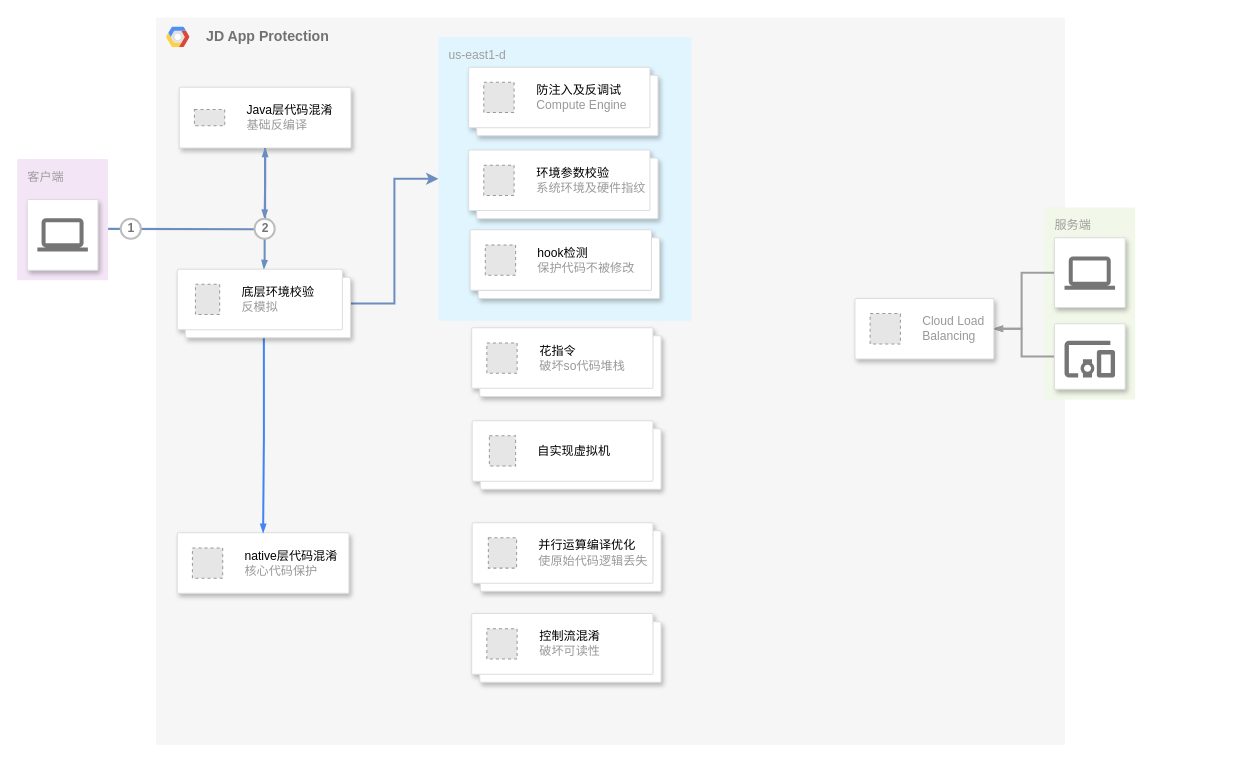
Earlier version of the draw.io diagram Untitled Diagram.drawio (dream2333/MindCharts). Source tidied: cells renumbered, new cells numbered last; positions are measured from the earlier drawing's top-left corner, leaving out a move shared by most shapes. Both pictures are drawn from the tidied source at 101%, with x=0, y=0 at pixel (16, 17). Pictures stored in the file or linked from it are replaced by grey dashed boxes.
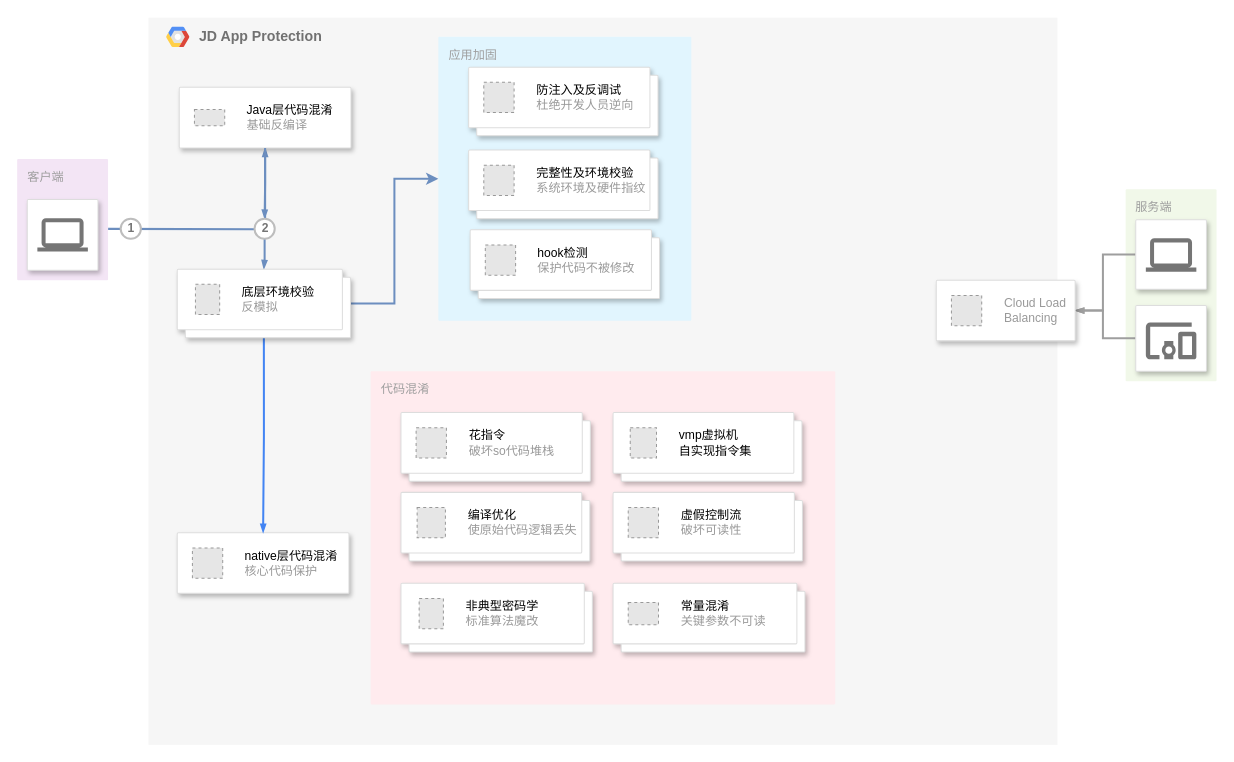
The same diagram, later.

The change refers to these unchanged cells:
```xml
<mxCell id="9" style="shape=mxgraph.gcp2.doubleRect;strokeColor=#dddddd;shadow=1;strokeWidth=1;rounded=1;absoluteArcSize=1;arcSize=2;" parent="1" vertex="1">
  <mxGeometry x="447.5" y="49" width="187.5" height="68" as="geometry" />
</mxCell>
<mxCell id="36" style="shape=mxgraph.gcp2.doubleRect;strokeColor=#dddddd;shadow=1;strokeWidth=1;rounded=1;absoluteArcSize=1;arcSize=2;" parent="1" vertex="1">
  <mxGeometry x="447.5" y="131" width="187.5" height="68" as="geometry" />
</mxCell>
```

What changed in the source:
```diff
@@
     <mxCell id="2" value="&lt;b&gt;JD App Protection&lt;/b&gt;" style="fillColor=#F6F6F6;strokeColor=none;shadow=0;gradientColor=none;fontSize=14;align=left;spacing=10;fontColor=#717171;9E9E9E;verticalAlign=top;spacingTop=-4;fontStyle=0;spacingLeft=40;html=1;" parent="1" vertex="1">
-      <mxGeometry x="138" width="900" height="720" as="geometry" />
+      <mxGeometry x="130.5" width="900" height="720" as="geometry" />
     </mxCell>
+    <mxCell id="44" value="代码混淆" style="sketch=0;rounded=1;absoluteArcSize=1;arcSize=2;html=1;strokeColor=none;gradientColor=none;shadow=0;dashed=0;fontSize=12;fontColor=#9E9E9E;align=left;verticalAlign=top;spacing=10;spacingTop=-4;whiteSpace=wrap;fillColor=#FFEBEE;" parent="1" vertex="1">
+      <mxGeometry x="350.5" y="350" width="460" height="330" as="geometry" />
+    </mxCell>
-    <mxCell id="3" value="us-east1-d" style="rounded=1;absoluteArcSize=1;arcSize=2;html=1;strokeColor=none;gradientColor=none;shadow=0;dashed=0;strokeColor=none;fontSize=12;fontColor=#9E9E9E;align=left;verticalAlign=top;spacing=10;spacingTop=-4;fillColor=#E1F5FE;" parent="1" vertex="1">
+    <mxCell id="3" value="应用加固" style="rounded=1;absoluteArcSize=1;arcSize=2;html=1;strokeColor=none;gradientColor=none;shadow=0;dashed=0;strokeColor=none;fontSize=12;fontColor=#9E9E9E;align=left;verticalAlign=top;spacing=10;spacingTop=-4;fillColor=#E1F5FE;" parent="1" vertex="1">
       <mxGeometry x="417.5" y="19" width="250.5" height="281" as="geometry" />
     </mxCell>
@@
-    <mxCell id="10" value="&lt;font color=&quot;#000000&quot;&gt;防注入及反调试&lt;/font&gt;&lt;br&gt;Compute Engine" style="fillColor=#E6E6E6;strokeColor=#999999;dashed=1;html=1;fontColor=#999999;verticalLabelPosition=middle;verticalAlign=middle;labelPosition=right;align=left;spacingLeft=20;" parent="9" vertex="1">
+    <mxCell id="10" value="&lt;font color=&quot;#000000&quot;&gt;防注入及反调试&lt;/font&gt;&lt;br&gt;杜绝开发人员逆向" style="fillColor=#E6E6E6;strokeColor=#999999;dashed=1;html=1;fontColor=#999999;verticalLabelPosition=middle;verticalAlign=middle;labelPosition=right;align=left;spacingLeft=20;" parent="9" vertex="1">
       <mxGeometry width="30" height="30" relative="1" as="geometry">
         <mxPoint x="15" y="15" as="offset" />
       </mxGeometry>
     </mxCell>
     <mxCell id="11" style="shape=mxgraph.gcp2.doubleRect;strokeColor=#dddddd;shadow=1;strokeWidth=1;rounded=1;absoluteArcSize=1;arcSize=2;" parent="1" vertex="1">
-      <mxGeometry x="450.5" y="307" width="187.5" height="68" as="geometry" />
+      <mxGeometry x="380.5" y="391" width="187.5" height="68" as="geometry" />
     </mxCell>
@@
     <mxCell id="20" value="服务端" style="rounded=1;absoluteArcSize=1;arcSize=2;html=1;strokeColor=none;gradientColor=none;shadow=0;dashed=0;strokeColor=none;fontSize=12;fontColor=#9E9E9E;align=left;verticalAlign=top;spacing=10;spacingTop=-4;fillColor=#F1F8E9;" parent="1" vertex="1">
-      <mxGeometry x="1017.5" y="188" width="90" height="190" as="geometry" />
+      <mxGeometry x="1098" y="170" width="90" height="190" as="geometry" />
     </mxCell>
     <mxCell id="21" style="edgeStyle=orthogonalEdgeStyle;rounded=0;html=1;labelBackgroundColor=none;startFill=1;startSize=4;endArrow=blockThin;endFill=1;endSize=4;jettySize=auto;strokeColor=#9E9E9E;strokeWidth=2;fontSize=12;fontColor=#000000;align=center;dashed=0;" parent="1" edge="1" source="22" target="29">
       <mxGeometry relative="1" as="geometry">
         <Array as="points">
-          <mxPoint x="995" y="253" />
-          <mxPoint x="995" y="308" />
+          <mxPoint x="1075.5" y="235" />
+          <mxPoint x="1075.5" y="290" />
         </Array>
       </mxGeometry>
     </mxCell>
     <mxCell id="22" style="strokeColor=#dddddd;fillColor=#ffffff;shadow=1;strokeWidth=1;rounded=1;absoluteArcSize=1;arcSize=2;labelPosition=center;verticalLabelPosition=middle;align=center;verticalAlign=bottom;spacingLeft=0;fontColor=#999999;fontSize=12;whiteSpace=wrap;spacingBottom=2;html=1;" parent="1" vertex="1">
-      <mxGeometry x="1027.5" y="218" width="70" height="69" as="geometry" />
+      <mxGeometry x="1108" y="200" width="70" height="69" as="geometry" />
     </mxCell>
@@
     <mxCell id="24" style="edgeStyle=orthogonalEdgeStyle;rounded=0;html=1;labelBackgroundColor=none;startFill=1;startSize=4;endArrow=blockThin;endFill=1;endSize=4;jettySize=auto;strokeColor=#9E9E9E;strokeWidth=2;fontSize=12;fontColor=#000000;align=center;dashed=0;" parent="1" edge="1" source="25" target="29">
       <mxGeometry relative="1" as="geometry">
         <Array as="points">
-          <mxPoint x="995" y="335" />
-          <mxPoint x="995" y="308" />
+          <mxPoint x="1075.5" y="317" />
+          <mxPoint x="1075.5" y="290" />
         </Array>
       </mxGeometry>
     </mxCell>
     <mxCell id="25" style="strokeColor=#dddddd;fillColor=#ffffff;shadow=1;strokeWidth=1;rounded=1;absoluteArcSize=1;arcSize=2;labelPosition=center;verticalLabelPosition=middle;align=center;verticalAlign=bottom;spacingLeft=0;fontColor=#999999;fontSize=12;whiteSpace=wrap;spacingBottom=2;html=1;" parent="1" vertex="1">
-      <mxGeometry x="1027.5" y="303" width="70" height="65" as="geometry" />
+      <mxGeometry x="1108" y="285" width="70" height="65" as="geometry" />
     </mxCell>
@@
     <mxCell id="27" style="shape=mxgraph.gcp2.doubleRect;strokeColor=#dddddd;shadow=1;strokeWidth=1;rounded=1;absoluteArcSize=1;arcSize=2;" parent="1" vertex="1">
-      <mxGeometry x="450.5" y="590" width="187.5" height="68" as="geometry" />
+      <mxGeometry x="590.5" y="470" width="187.5" height="68" as="geometry" />
     </mxCell>
-    <mxCell id="28" value="&lt;font color=&quot;#000000&quot;&gt;控制流混淆&lt;/font&gt;&lt;br&gt;破坏可读性" style="fillColor=#E6E6E6;strokeColor=#999999;dashed=1;html=1;fontColor=#999999;verticalLabelPosition=middle;verticalAlign=middle;labelPosition=right;align=left;spacingLeft=20;" parent="27" vertex="1">
+    <mxCell id="28" value="&lt;font color=&quot;#000000&quot;&gt;虚假控制流&lt;/font&gt;&lt;br&gt;破坏可读性" style="fillColor=#E6E6E6;strokeColor=#999999;dashed=1;html=1;fontColor=#999999;verticalLabelPosition=middle;verticalAlign=middle;labelPosition=right;align=left;spacingLeft=20;" parent="27" vertex="1">
       <mxGeometry width="30" height="30" relative="1" as="geometry">
         <mxPoint x="15" y="15" as="offset" />
       </mxGeometry>
     </mxCell>
     <mxCell id="29" style="strokeColor=#dddddd;shadow=1;strokeWidth=1;rounded=1;absoluteArcSize=1;arcSize=2;" parent="1" vertex="1">
-      <mxGeometry x="830" y="278" width="137.5" height="60" as="geometry" />
+      <mxGeometry x="910.5" y="260" width="137.5" height="60" as="geometry" />
     </mxCell>
@@
-    <mxCell id="37" value="&lt;font color=&quot;#000000&quot;&gt;环境参数校验&lt;/font&gt;&lt;br&gt;系统环境及硬件指纹" style="fillColor=#E6E6E6;strokeColor=#999999;dashed=1;html=1;fontColor=#999999;verticalLabelPosition=middle;verticalAlign=middle;labelPosition=right;align=left;spacingLeft=20;" parent="36" vertex="1">
+    <mxCell id="37" value="&lt;font color=&quot;#000000&quot;&gt;完整性及环境校验&lt;/font&gt;&lt;br&gt;系统环境及硬件指纹" style="fillColor=#E6E6E6;strokeColor=#999999;dashed=1;html=1;fontColor=#999999;verticalLabelPosition=middle;verticalAlign=middle;labelPosition=right;align=left;spacingLeft=20;" parent="36" vertex="1">
       <mxGeometry width="30" height="30" relative="1" as="geometry">
         <mxPoint x="15" y="15" as="offset" />
       </mxGeometry>
     </mxCell>
@@
     <mxCell id="40" style="shape=mxgraph.gcp2.doubleRect;strokeColor=#dddddd;shadow=1;strokeWidth=1;rounded=1;absoluteArcSize=1;arcSize=2;" parent="1" vertex="1">
-      <mxGeometry x="451" y="399" width="187" height="68" as="geometry" />
+      <mxGeometry x="590.5" y="391" width="187" height="68" as="geometry" />
     </mxCell>
-    <mxCell id="41" value="&lt;font color=&quot;#000000&quot;&gt;自实现虚拟机&lt;/font&gt;" style="fillColor=#E6E6E6;strokeColor=#999999;dashed=1;html=1;fontColor=#999999;verticalLabelPosition=middle;verticalAlign=middle;labelPosition=right;align=left;spacingLeft=20;" parent="40" vertex="1">
+    <mxCell id="41" value="&lt;font color=&quot;#000000&quot;&gt;vmp虚拟机&lt;/font&gt;&lt;div&gt;&lt;font color=&quot;#000000&quot;&gt;自实现指令集&lt;/font&gt;&lt;/div&gt;" style="fillColor=#E6E6E6;strokeColor=#999999;dashed=1;html=1;fontColor=#999999;verticalLabelPosition=middle;verticalAlign=middle;labelPosition=right;align=left;spacingLeft=20;" parent="40" vertex="1">
       <mxGeometry width="26" height="30" relative="1" as="geometry">
         <mxPoint x="17" y="15" as="offset" />
       </mxGeometry>
     </mxCell>
     <mxCell id="42" style="shape=mxgraph.gcp2.doubleRect;strokeColor=#dddddd;shadow=1;strokeWidth=1;rounded=1;absoluteArcSize=1;arcSize=2;" parent="1" vertex="1">
-      <mxGeometry x="451" y="500" width="187" height="68" as="geometry" />
+      <mxGeometry x="380.5" y="470" width="187" height="68" as="geometry" />
     </mxCell>
-    <mxCell id="43" value="&lt;font color=&quot;#000000&quot;&gt;并行运算编译优化&lt;/font&gt;&lt;br&gt;使原始代码逻辑丢失" style="fillColor=#E6E6E6;strokeColor=#999999;dashed=1;html=1;fontColor=#999999;verticalLabelPosition=middle;verticalAlign=middle;labelPosition=right;align=left;spacingLeft=20;" parent="42" vertex="1">
+    <mxCell id="43" value="&lt;font color=&quot;#000000&quot;&gt;编译优化&lt;/font&gt;&lt;br&gt;使原始代码逻辑丢失" style="fillColor=#E6E6E6;strokeColor=#999999;dashed=1;html=1;fontColor=#999999;verticalLabelPosition=middle;verticalAlign=middle;labelPosition=right;align=left;spacingLeft=20;" parent="42" vertex="1">
       <mxGeometry width="28" height="30" relative="1" as="geometry">
         <mxPoint x="16" y="15" as="offset" />
       </mxGeometry>
     </mxCell>
+    <mxCell id="45" style="shape=mxgraph.gcp2.doubleRect;strokeColor=#dddddd;shadow=1;strokeWidth=1;rounded=1;absoluteArcSize=1;arcSize=2;" parent="1" vertex="1">
+      <mxGeometry x="380.5" y="560" width="189.5" height="68" as="geometry" />
+    </mxCell>
+    <mxCell id="46" value="&lt;font color=&quot;#000000&quot;&gt;非典型密码学&lt;/font&gt;&lt;br&gt;标准算法魔改" style="fillColor=#E6E6E6;strokeColor=#999999;dashed=1;html=1;fontColor=#999999;verticalLabelPosition=middle;verticalAlign=middle;labelPosition=right;align=left;spacingLeft=20;" parent="45" vertex="1">
+      <mxGeometry width="24" height="30" relative="1" as="geometry">
+        <mxPoint x="18" y="15" as="offset" />
+      </mxGeometry>
+    </mxCell>
+    <mxCell id="47" style="shape=mxgraph.gcp2.doubleRect;strokeColor=#dddddd;shadow=1;strokeWidth=1;rounded=1;absoluteArcSize=1;arcSize=2;" parent="1" vertex="1">
+      <mxGeometry x="590.5" y="560" width="190" height="68" as="geometry" />
+    </mxCell>
+    <mxCell id="48" value="&lt;font color=&quot;#000000&quot;&gt;常量混淆&lt;/font&gt;&lt;br&gt;关键参数不可读" style="fillColor=#E6E6E6;strokeColor=#999999;dashed=1;html=1;fontColor=#999999;verticalLabelPosition=middle;verticalAlign=middle;labelPosition=right;align=left;spacingLeft=20;" parent="47" vertex="1">
+      <mxGeometry width="30" height="22" relative="1" as="geometry">
+        <mxPoint x="15" y="19" as="offset" />
+      </mxGeometry>
+    </mxCell>
```
